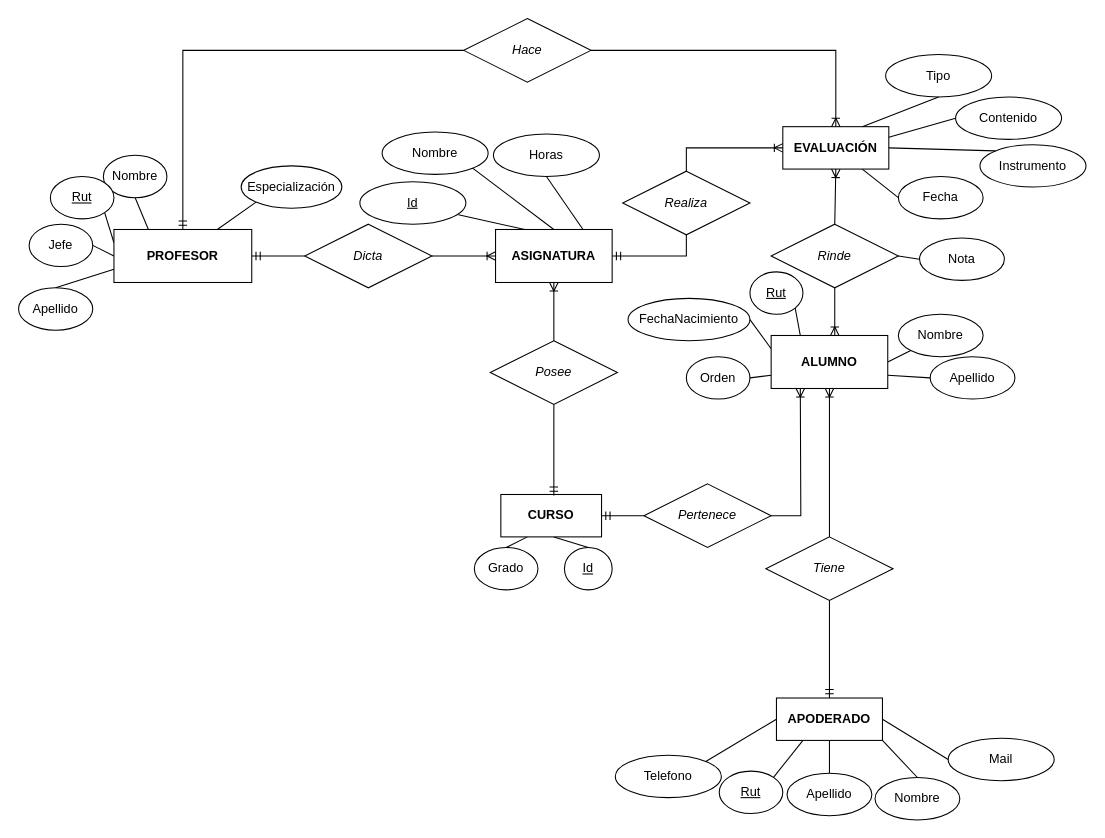
Before: Mer colegio modificado 2.drawio in Javierlq/proyectoBD, a draw.io diagram. Source tidied: cells renumbered, new cells numbered last; positions are measured from the earlier drawing's top-left corner, leaving out a move shared by most shapes. Both pictures are drawn from the tidied source at 106%, with x=0, y=0 at pixel (18, 18).
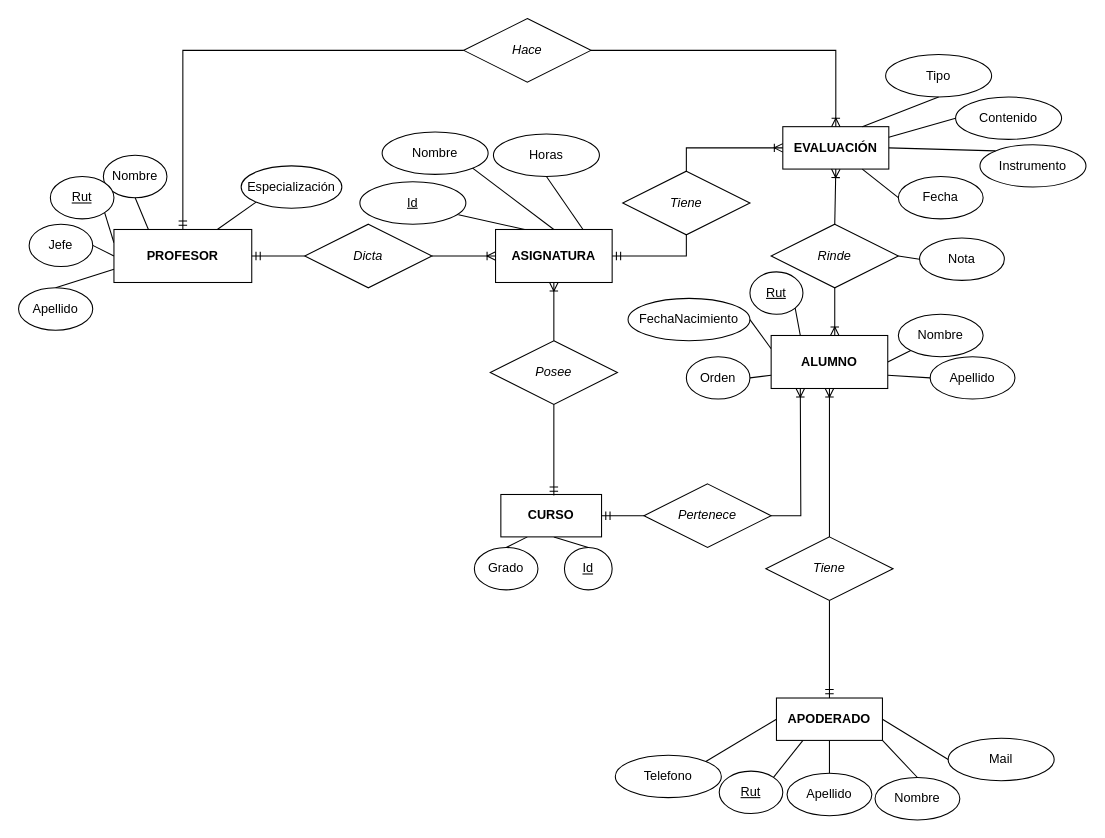
Above is the later version.

Diff of the diagram source:
```diff
@@
-    <mxCell id="71" value="&lt;i&gt;Realiza&lt;/i&gt;" style="shape=rhombus;perimeter=rhombusPerimeter;whiteSpace=wrap;html=1;align=center;" parent="1" vertex="1">
+    <mxCell id="71" value="&lt;i&gt;Tiene&lt;/i&gt;" style="shape=rhombus;perimeter=rhombusPerimeter;whiteSpace=wrap;html=1;align=center;" parent="1" vertex="1">
       <mxGeometry x="570" y="144" width="120" height="60" as="geometry" />
     </mxCell>
```
